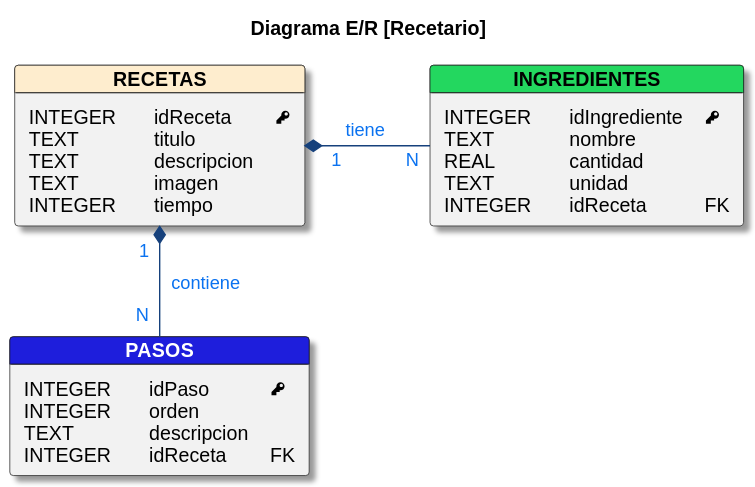
overdrive80/RecetasDigitales keeps this PlantUML diagram as diagramas/Recetario_EntidadRelacion.svg. Above is the earlier version. The source it was exported from:
```plantuml
@startuml

Title Diagrama E/R [Recetario]

<style>
    object {
        BackgroundColor #F2F2F2
        BorderColor #000000
        FontColor #000000
        FontSize 14
        FontName Arial
        FontStyle normal
        RoundCorner 5
        Shadowing false

        header{
            BackgroundColor #FEEDCE
        }

        headerReceta {
            header{
                BackgroundColor #FEEDCE
                FontColor black
                FontStyle bold
            }
        }

        headerIngredientes {
            header{
                BackgroundColor #23D75F
                FontColor black
                FontStyle bold
            }
        }

        headerPasos {
            header{
                BackgroundColor #1E1EDC
                FontColor white
                FontStyle bold
            }
        }
    }

    arrow {
        LineColor #16417C
        FontColor #0A72F0
    }
</style>

hide <<headerReceta>> stereotype
object "RECETAS" as RE <<headerReceta>> {
    <#transparent,#transparent>|INTEGER      | idReceta|    <&key>|
    |TEXT| titulo|
    |TEXT| descripcion|
    |TEXT| imagen|
    |INTEGER| tiempo|
}

hide <<headerIngredientes>> stereotype
object "INGREDIENTES" as IN <<headerIngredientes>> {
    <#transparent,#transparent>|INTEGER      | idIngrediente|    <&key>|
    |TEXT| nombre|
    |REAL| cantidad|
    |TEXT| unidad|
    |INTEGER| idReceta|    FK|
}

hide <<headerPasos>> stereotype
object "PASOS" as PA <<headerPasos>>{
    <#transparent,#transparent>|INTEGER      | idPaso|    <&key>|
    |INTEGER| orden|
    |TEXT| descripcion|
    |INTEGER| idReceta|    FK|
}

RE "   1" *-right- "   N"   IN : "   tiene    "
RE "1  " *--      "N  " PA : "  contiene"
@enduml
```
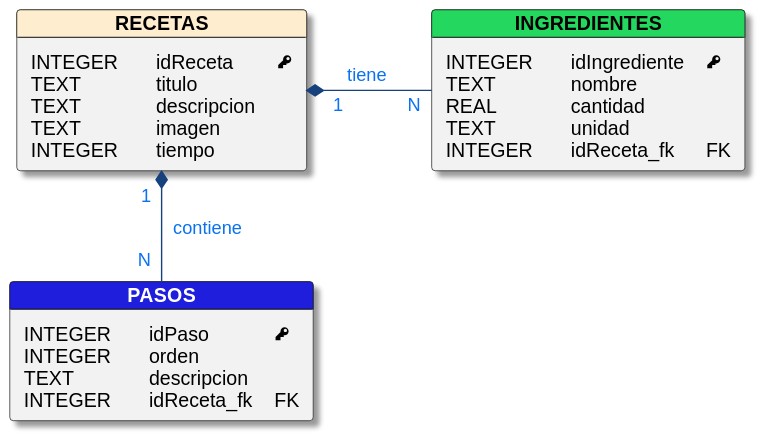
Above is the later version.

Diff of the diagram source:
```diff
@@ -1,6 +1,5 @@
 @startuml
 
-Title Diagrama E/R [Recetario]
 
 <style>
     object {
@@ -63,7 +62,7 @@
     |TEXT| nombre|
     |REAL| cantidad|
     |TEXT| unidad|
-    |INTEGER| idReceta|    FK|
+    |INTEGER| idReceta_fk|    FK|
 }
 
 hide <<headerPasos>> stereotype
@@ -71,7 +70,7 @@
     <#transparent,#transparent>|INTEGER      | idPaso|    <&key>|
     |INTEGER| orden|
     |TEXT| descripcion|
-    |INTEGER| idReceta|    FK|
+    |INTEGER| idReceta_fk|    FK|
 }
 
 RE "   1" *-right- "   N"   IN : "   tiene    "
```
